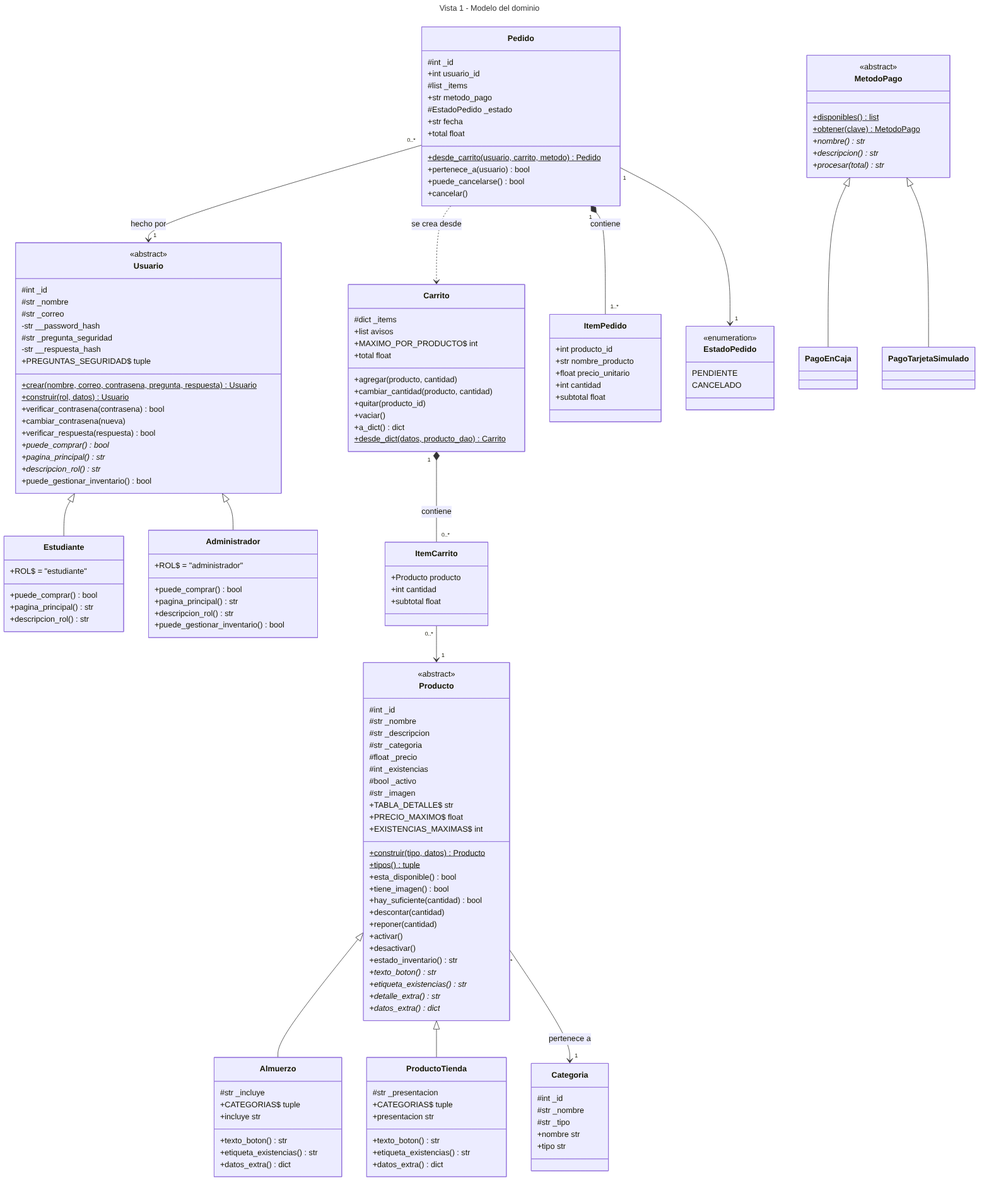
This is docs/diagrama_clases_1_modelo.png from cristyelizabetth/cafeteria-kiuvo-poo, a Mermaid export, as it was before one commit. Its source is kept beside it as docs/diagrama_clases_1_modelo.mmd. Source of this version:
```mermaid
---
title: Vista 1 - Modelo del dominio
---
classDiagram
    direction TB
    class Usuario {
        <<abstract>>
        #int _id
        #str _nombre
        #str _correo
        -str __password_hash
        #str _pregunta_seguridad
        -str __respuesta_hash
        +PREGUNTAS_SEGURIDAD$ tuple
        +crear(nombre, correo, contrasena, pregunta, respuesta)$ Usuario
        +construir(rol, datos)$ Usuario
        +verificar_contrasena(contrasena) bool
        +cambiar_contrasena(nueva)
        +verificar_respuesta(respuesta) bool
        +puede_comprar()* bool
        +pagina_principal()* str
        +descripcion_rol()* str
        +puede_gestionar_inventario() bool
    }
    class Estudiante {
        +ROL$ = "estudiante"
        +puede_comprar() bool
        +pagina_principal() str
        +descripcion_rol() str
    }
    class Administrador {
        +ROL$ = "administrador"
        +puede_comprar() bool
        +pagina_principal() str
        +descripcion_rol() str
        +puede_gestionar_inventario() bool
    }
    Usuario <|-- Estudiante
    Usuario <|-- Administrador

    class Categoria {
        #int _id
        #str _nombre
        #str _tipo
        +nombre str
        +tipo str
    }
    class Producto {
        <<abstract>>
        #int _id
        #str _nombre
        #str _descripcion
        #str _categoria
        #float _precio
        #int _existencias
        #bool _activo
        #str _imagen
        +TABLA_DETALLE$ str
        +PRECIO_MAXIMO$ float
        +EXISTENCIAS_MAXIMAS$ int
        +construir(tipo, datos)$ Producto
        +tipos()$ tuple
        +esta_disponible() bool
        +tiene_imagen() bool
        +hay_suficiente(cantidad) bool
        +descontar(cantidad)
        +reponer(cantidad)
        +activar()
        +desactivar()
        +estado_inventario() str
        +texto_boton()* str
        +etiqueta_existencias()* str
        +detalle_extra()* str
        +datos_extra()* dict
    }
    class Almuerzo {
        #str _incluye
        +CATEGORIAS$ tuple
        +incluye str
        +texto_boton() str
        +etiqueta_existencias() str
        +datos_extra() dict
    }
    class ProductoTienda {
        #str _presentacion
        +CATEGORIAS$ tuple
        +presentacion str
        +texto_boton() str
        +etiqueta_existencias() str
        +datos_extra() dict
    }
    Producto <|-- Almuerzo
    Producto <|-- ProductoTienda
    Producto "0..*" --> "1" Categoria : pertenece a

    class Carrito {
        #dict _items
        +list avisos
        +MAXIMO_POR_PRODUCTO$ int
        +agregar(producto, cantidad)
        +cambiar_cantidad(producto, cantidad)
        +quitar(producto_id)
        +vaciar()
        +total float
        +a_dict() dict
        +desde_dict(datos, producto_dao)$ Carrito
    }
    class ItemCarrito {
        +Producto producto
        +int cantidad
        +subtotal float
    }
    Carrito "1" *-- "0..*" ItemCarrito : contiene
    ItemCarrito "0..*" --> "1" Producto

    class Pedido {
        #int _id
        +int usuario_id
        #list _items
        +str metodo_pago
        #EstadoPedido _estado
        +str fecha
        +desde_carrito(usuario, carrito, metodo)$ Pedido
        +total float
        +pertenece_a(usuario) bool
        +puede_cancelarse() bool
        +cancelar()
    }
    class ItemPedido {
        +int producto_id
        +str nombre_producto
        +float precio_unitario
        +int cantidad
        +subtotal float
    }
    class EstadoPedido {
        <<enumeration>>
        PENDIENTE
        CANCELADO
    }
    Pedido "1" *-- "1..*" ItemPedido : contiene
    Pedido "1" --> "1" EstadoPedido
    Pedido "0..*" --> "1" Usuario : hecho por
    Pedido ..> Carrito : se crea desde

    class MetodoPago {
        <<abstract>>
        +disponibles()$ list
        +obtener(clave)$ MetodoPago
        +nombre()* str
        +descripcion()* str
        +procesar(total)* str
    }
    class PagoEnCaja
    class PagoTarjetaSimulado
    MetodoPago <|-- PagoEnCaja
    MetodoPago <|-- PagoTarjetaSimulado
```
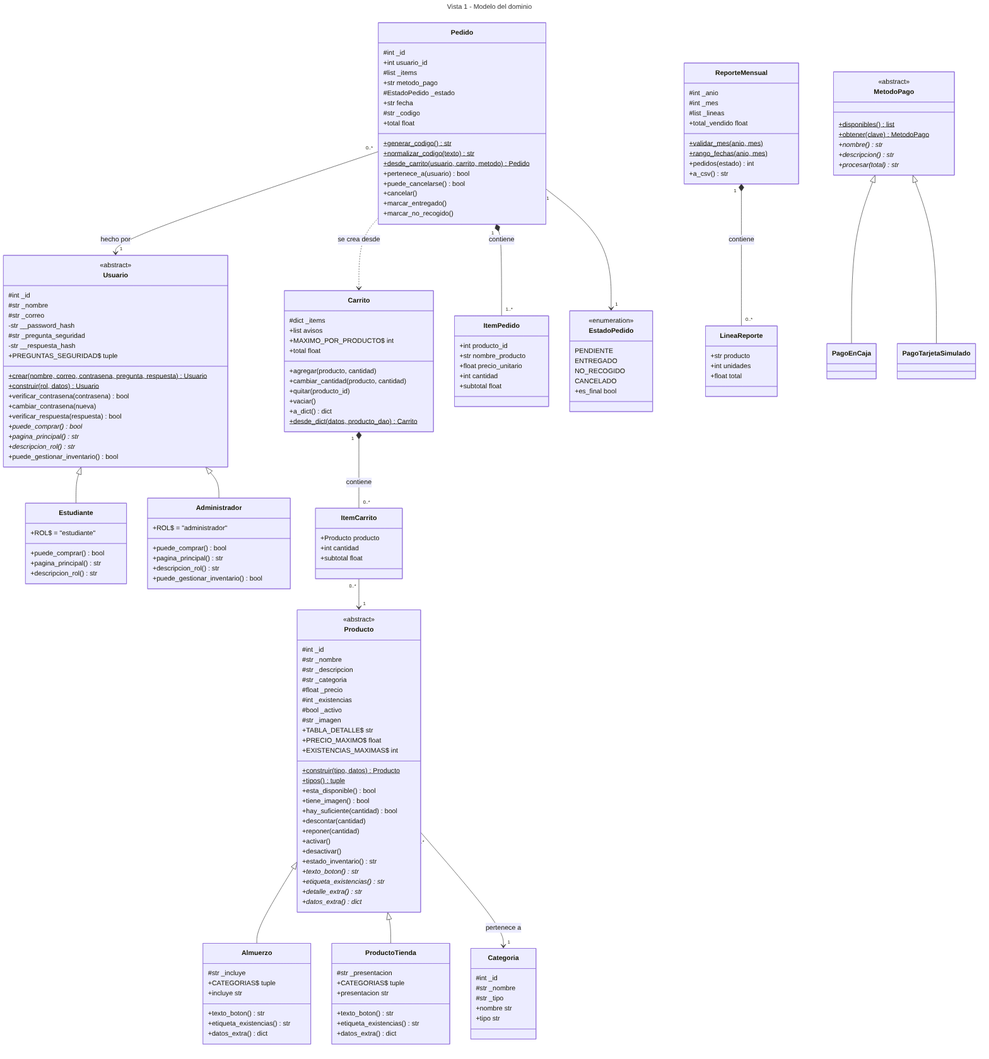
Above is the later version.

What changed in the source:
```diff
@@ -120,11 +120,16 @@
         +str metodo_pago
         #EstadoPedido _estado
         +str fecha
+        #str _codigo
+        +generar_codigo()$ str
+        +normalizar_codigo(texto)$ str
         +desde_carrito(usuario, carrito, metodo)$ Pedido
         +total float
         +pertenece_a(usuario) bool
         +puede_cancelarse() bool
         +cancelar()
+        +marcar_entregado()
+        +marcar_no_recogido()
     }
     class ItemPedido {
         +int producto_id
@@ -136,10 +141,29 @@
     class EstadoPedido {
         <<enumeration>>
         PENDIENTE
+        ENTREGADO
+        NO_RECOGIDO
         CANCELADO
+        +es_final bool
     }
     Pedido "1" *-- "1..*" ItemPedido : contiene
     Pedido "1" --> "1" EstadoPedido
+    class ReporteMensual {
+        #int _anio
+        #int _mes
+        #list _lineas
+        +validar_mes(anio, mes)$
+        +rango_fechas(anio, mes)$
+        +total_vendido float
+        +pedidos(estado) int
+        +a_csv() str
+    }
+    class LineaReporte {
+        +str producto
+        +int unidades
+        +float total
+    }
+    ReporteMensual "1" *-- "0..*" LineaReporte : contiene
     Pedido "0..*" --> "1" Usuario : hecho por
     Pedido ..> Carrito : se crea desde
 
```
